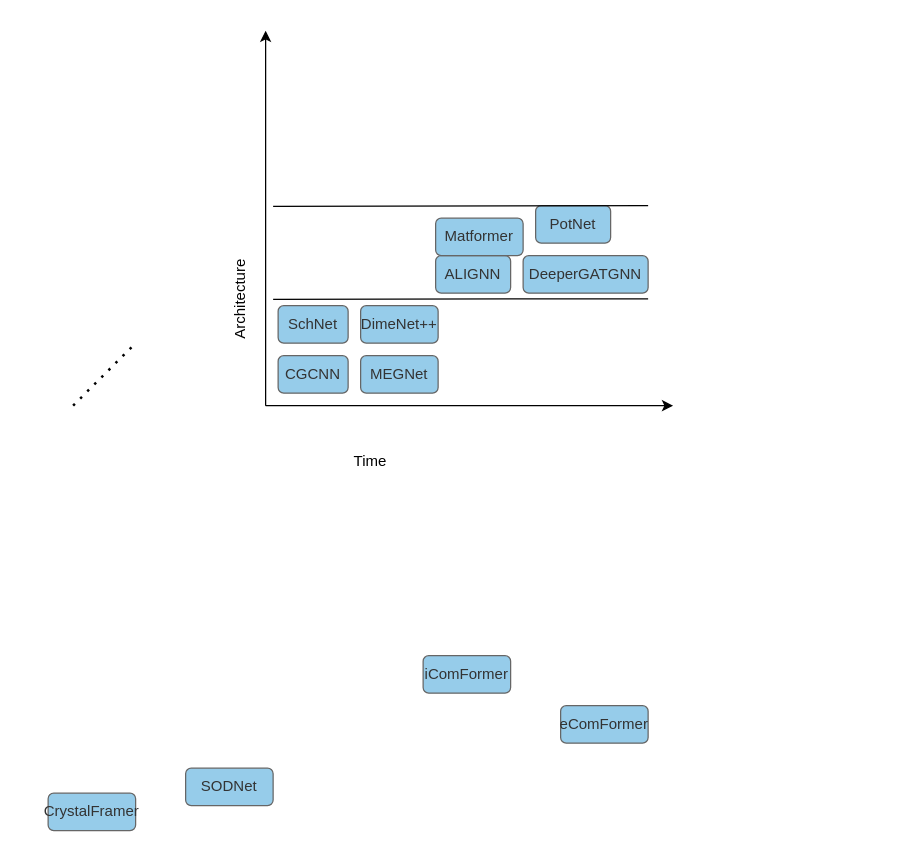
This is draw.io/MatUQ-frame.drawio from tetean/image-host, a draw.io file, before an edit. Source tidied: cells renumbered, new cells numbered last; positions are measured from the earlier drawing's top-left corner, leaving out a move shared by most shapes. Both pictures are drawn from the tidied source at 125%, with x=0, y=0 at pixel (48, 30).
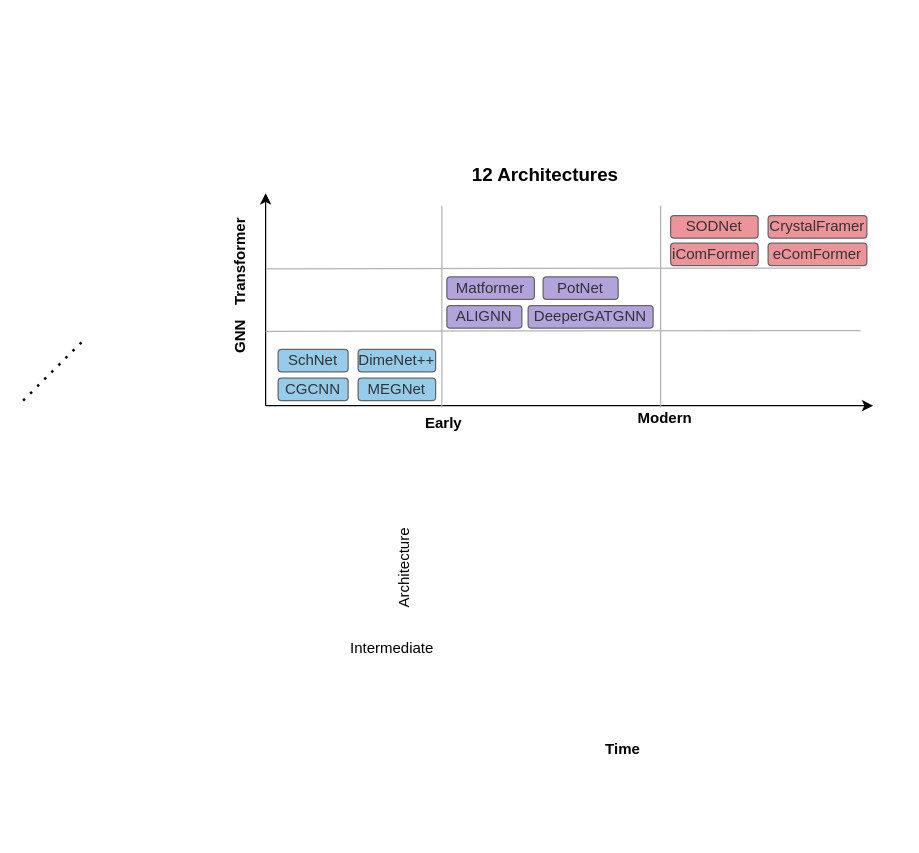
After the change.

What changed in the source:
```diff
@@
     <mxCell id="2" style="endArrow=classic;html=1;rounded=0;" parent="1" edge="1">
       <mxGeometry relative="1" as="geometry">
         <mxPoint x="174" y="300" as="sourcePoint" />
-        <mxPoint x="500" y="300" as="targetPoint" />
+        <mxPoint x="660" y="300" as="targetPoint" />
       </mxGeometry>
     </mxCell>
     <mxCell id="3" style="endArrow=classic;html=1;rounded=0;" parent="1" edge="1">
       <mxGeometry relative="1" as="geometry">
         <mxPoint x="174" y="300" as="sourcePoint" />
-        <mxPoint x="174" as="targetPoint" />
+        <mxPoint x="174" y="130" as="targetPoint" />
       </mxGeometry>
     </mxCell>
     <mxCell id="4" style="endArrow=none;dashed=1;html=1;dashPattern=1 3;strokeWidth=2;rounded=0;" parent="1" edge="1">
       <mxGeometry relative="1" as="geometry">
-        <mxPoint x="20" y="300" as="sourcePoint" />
-        <mxPoint x="70" y="250" as="targetPoint" />
+        <mxPoint x="-20" y="296" as="sourcePoint" />
+        <mxPoint x="30" y="246" as="targetPoint" />
       </mxGeometry>
     </mxCell>
     <mxCell id="5" value="&lt;span style=&quot;&quot;&gt;CGCNN&lt;/span&gt;" style="rounded=1;whiteSpace=wrap;html=1;rotation=0;labelBackgroundColor=none;fillColor=#96CCEA;fontColor=#333333;strokeColor=#666666;" parent="1" vertex="1">
-      <mxGeometry x="184" y="260" width="56" height="30" as="geometry" />
+      <mxGeometry x="184" y="278" width="56" height="18" as="geometry" />
     </mxCell>
-    <mxCell id="6" value="Time" style="text;html=1;whiteSpace=wrap;strokeColor=none;fillColor=none;align=center;verticalAlign=middle;rounded=0;" parent="1" vertex="1">
-      <mxGeometry x="228" y="330" width="60" height="30" as="geometry" />
+    <mxCell id="6" value="&lt;b&gt;Time&lt;/b&gt;" style="text;html=1;whiteSpace=wrap;strokeColor=none;fillColor=none;align=center;verticalAlign=middle;rounded=0;" parent="1" vertex="1">
+      <mxGeometry x="430" y="560" width="60" height="30" as="geometry" />
     </mxCell>
-    <mxCell id="7" value="Architecture" style="text;html=1;whiteSpace=wrap;strokeColor=none;fillColor=none;align=center;verticalAlign=middle;rounded=0;rotation=-90;" parent="1" vertex="1">
-      <mxGeometry x="114" y="200" width="80" height="30" as="geometry" />
+    <mxCell id="7" value="&lt;b&gt;&lt;font style=&quot;font-size: 15px;&quot;&gt;12 Architectures&amp;nbsp;&lt;/font&gt;&lt;/b&gt;" style="text;html=1;whiteSpace=wrap;strokeColor=none;fillColor=none;align=center;verticalAlign=middle;rounded=0;rotation=0;" parent="1" vertex="1">
+      <mxGeometry x="120" y="100" width="560" height="30" as="geometry" />
     </mxCell>
     <mxCell id="8" value="&lt;span style=&quot;&quot;&gt;SchNet&lt;/span&gt;" style="rounded=1;whiteSpace=wrap;html=1;rotation=0;labelBackgroundColor=none;fillColor=#96CCEA;fontColor=#333333;strokeColor=#666666;" parent="1" vertex="1">
-      <mxGeometry x="184" y="220" width="56" height="30" as="geometry" />
+      <mxGeometry x="184" y="255" width="56" height="18" as="geometry" />
     </mxCell>
     <mxCell id="9" value="&lt;span style=&quot;&quot;&gt;MEGNet&lt;/span&gt;" style="rounded=1;whiteSpace=wrap;html=1;rotation=0;labelBackgroundColor=none;fillColor=#96CCEA;fontColor=#333333;strokeColor=#666666;" parent="1" vertex="1">
-      <mxGeometry x="250" y="260" width="62" height="30" as="geometry" />
+      <mxGeometry x="248" y="278" width="62" height="18" as="geometry" />
     </mxCell>
-    <mxCell id="10" value="ALIGNN" style="rounded=1;whiteSpace=wrap;html=1;rotation=0;labelBackgroundColor=none;fillColor=#96CCEA;fontColor=#333333;strokeColor=#666666;" parent="1" vertex="1">
-      <mxGeometry x="310" y="180" width="60" height="30" as="geometry" />
+    <mxCell id="10" value="ALIGNN" style="rounded=1;whiteSpace=wrap;html=1;rotation=0;labelBackgroundColor=none;fillColor=#B2A3DD;fontColor=#333333;strokeColor=#666666;" parent="1" vertex="1">
+      <mxGeometry x="319" y="220" width="60" height="18" as="geometry" />
     </mxCell>
-    <mxCell id="11" value="PotNet" style="rounded=1;whiteSpace=wrap;html=1;rotation=0;labelBackgroundColor=none;fillColor=#96CCEA;fontColor=#333333;strokeColor=#666666;" parent="1" vertex="1">
-      <mxGeometry x="390" y="140" width="60" height="30" as="geometry" />
+    <mxCell id="11" value="PotNet" style="rounded=1;whiteSpace=wrap;html=1;rotation=0;labelBackgroundColor=none;fillColor=#B2A3DD;fontColor=#333333;strokeColor=#666666;" parent="1" vertex="1">
+      <mxGeometry x="396" y="197" width="60" height="18" as="geometry" />
     </mxCell>
-    <mxCell id="12" value="iComFormer" style="rounded=1;whiteSpace=wrap;html=1;rotation=0;labelBackgroundColor=none;fillColor=#96CCEA;fontColor=#333333;strokeColor=#666666;" parent="1" vertex="1">
-      <mxGeometry x="300" y="500" width="70" height="30" as="geometry" />
+    <mxCell id="12" value="iComFormer" style="rounded=1;whiteSpace=wrap;html=1;rotation=0;labelBackgroundColor=none;fillColor=#ED949A;fontColor=#333333;strokeColor=#666666;" parent="1" vertex="1">
+      <mxGeometry x="498" y="170" width="70" height="18" as="geometry" />
     </mxCell>
-    <mxCell id="13" value="eComFormer" style="rounded=1;whiteSpace=wrap;html=1;rotation=0;labelBackgroundColor=none;fillColor=#96CCEA;fontColor=#333333;strokeColor=#666666;" parent="1" vertex="1">
-      <mxGeometry x="410" y="540" width="70" height="30" as="geometry" />
+    <mxCell id="13" value="eComFormer" style="rounded=1;whiteSpace=wrap;html=1;rotation=0;labelBackgroundColor=none;fillColor=#ED949A;fontColor=#333333;strokeColor=#666666;" parent="1" vertex="1">
+      <mxGeometry x="576" y="170" width="79" height="18" as="geometry" />
     </mxCell>
-    <mxCell id="14" value="DeeperGATGNN" style="rounded=1;whiteSpace=wrap;html=1;rotation=0;labelBackgroundColor=none;fillColor=#96CCEA;fontColor=#333333;strokeColor=#666666;" parent="1" vertex="1">
-      <mxGeometry x="380" y="180" width="100" height="30" as="geometry" />
+    <mxCell id="14" value="DeeperGATGNN" style="rounded=1;whiteSpace=wrap;html=1;rotation=0;labelBackgroundColor=none;fillColor=#B2A3DD;fontColor=#333333;strokeColor=#666666;" parent="1" vertex="1">
+      <mxGeometry x="384" y="220" width="100" height="18" as="geometry" />
     </mxCell>
-    <mxCell id="15" value="Matformer" style="rounded=1;whiteSpace=wrap;html=1;rotation=0;labelBackgroundColor=none;fillColor=#96CCEA;fontColor=#333333;strokeColor=#666666;" parent="1" vertex="1">
-      <mxGeometry x="310" y="150" width="70" height="30" as="geometry" />
+    <mxCell id="15" value="Matformer" style="rounded=1;whiteSpace=wrap;html=1;rotation=0;labelBackgroundColor=none;fillColor=#B2A3DD;fontColor=#333333;strokeColor=#666666;" parent="1" vertex="1">
+      <mxGeometry x="319" y="197" width="70" height="18" as="geometry" />
     </mxCell>
-    <mxCell id="16" value="SODNet" style="rounded=1;whiteSpace=wrap;html=1;rotation=0;labelBackgroundColor=none;fillColor=#96CCEA;fontColor=#333333;strokeColor=#666666;" parent="1" vertex="1">
-      <mxGeometry x="110" y="590" width="70" height="30" as="geometry" />
+    <mxCell id="16" value="SODNet" style="rounded=1;whiteSpace=wrap;html=1;rotation=0;labelBackgroundColor=none;fillColor=#ED949A;fontColor=#333333;strokeColor=#666666;" parent="1" vertex="1">
+      <mxGeometry x="498" y="148" width="70" height="18" as="geometry" />
     </mxCell>
-    <mxCell id="17" value="CrystalFramer" style="rounded=1;whiteSpace=wrap;html=1;rotation=0;labelBackgroundColor=none;fillColor=#96CCEA;fontColor=#333333;strokeColor=#666666;" parent="1" vertex="1">
-      <mxGeometry y="610" width="70" height="30" as="geometry" />
+    <mxCell id="17" value="CrystalFramer" style="rounded=1;whiteSpace=wrap;html=1;rotation=0;labelBackgroundColor=none;fillColor=#ED949A;fontColor=#333333;strokeColor=#666666;" parent="1" vertex="1">
+      <mxGeometry x="576" y="148" width="79" height="18" as="geometry" />
     </mxCell>
-    <mxCell id="18" style="endArrow=none;html=1;rounded=0;" parent="1" edge="1">
+    <mxCell id="18" style="endArrow=none;html=1;rounded=0;strokeColor=light-dark(#B3B3B3,#B3B3B3);" parent="1" edge="1">
       <mxGeometry relative="1" as="geometry">
-        <mxPoint x="180" y="215" as="sourcePoint" />
-        <mxPoint x="480" y="214.5" as="targetPoint" />
+        <mxPoint x="174" y="240.5" as="sourcePoint" />
+        <mxPoint x="650" y="240" as="targetPoint" />
       </mxGeometry>
     </mxCell>
     <mxCell id="19" value="DimeNet++" style="rounded=1;whiteSpace=wrap;html=1;rotation=0;labelBackgroundColor=none;fillColor=#96CCEA;fontColor=#333333;strokeColor=#666666;" parent="1" vertex="1">
-      <mxGeometry x="250" y="220" width="62" height="30" as="geometry" />
+      <mxGeometry x="248" y="255" width="62" height="18" as="geometry" />
     </mxCell>
-    <mxCell id="20" style="endArrow=none;html=1;rounded=0;" parent="1" edge="1">
-      <mxGeometry relative="1" as="geometry">
-        <mxPoint x="180" y="140.5" as="sourcePoint" />
-        <mxPoint x="480" y="140" as="targetPoint" />
-      </mxGeometry>
-    </mxCell>
+    <mxCell id="21" style="endArrow=none;html=1;rounded=0;strokeColor=#B3B3B3;" parent="1" edge="1">
+      <mxGeometry relative="1" as="geometry">
+        <mxPoint x="175" y="190.5" as="sourcePoint" />
+        <mxPoint x="650" y="190" as="targetPoint" />
+      </mxGeometry>
+    </mxCell>
+    <mxCell id="22" style="endArrow=none;html=1;rounded=0;fillColor=#f5f5f5;strokeColor=light-dark(#B3B3B3,#B3B3B3);" parent="1" edge="1">
+      <mxGeometry relative="1" as="geometry">
+        <mxPoint x="315" y="301.5" as="sourcePoint" />
+        <mxPoint x="315" y="140" as="targetPoint" />
+      </mxGeometry>
+    </mxCell>
+    <mxCell id="23" style="endArrow=none;html=1;rounded=0;strokeColor=light-dark(#B3B3B3,#B3B3B3);" parent="1" edge="1">
+      <mxGeometry relative="1" as="geometry">
+        <mxPoint x="490" y="301.5" as="sourcePoint" />
+        <mxPoint x="490" y="140" as="targetPoint" />
+      </mxGeometry>
+    </mxCell>
+    <mxCell id="24" value="&lt;span style=&quot;color: rgb(0, 0, 0); font-family: Helvetica; font-size: 12px; font-style: normal; font-variant-ligatures: normal; font-variant-caps: normal; letter-spacing: normal; orphans: 2; text-align: center; text-indent: 0px; text-transform: none; widows: 2; word-spacing: 0px; -webkit-text-stroke-width: 0px; white-space: normal; text-decoration-thickness: initial; text-decoration-style: initial; text-decoration-color: initial; float: none; display: inline !important;&quot;&gt;&lt;b&gt;Early&lt;/b&gt;&lt;/span&gt;" style="text;whiteSpace=wrap;html=1;" parent="1" vertex="1">
+      <mxGeometry x="300" y="300" width="60" height="40" as="geometry" />
+    </mxCell>
+    <mxCell id="25" value="&lt;span style=&quot;color: rgb(0, 0, 0); font-family: Helvetica; font-size: 12px; font-style: normal; font-variant-ligatures: normal; font-variant-caps: normal; font-weight: 400; letter-spacing: normal; orphans: 2; text-align: center; text-indent: 0px; text-transform: none; widows: 2; word-spacing: 0px; -webkit-text-stroke-width: 0px; white-space: normal; text-decoration-thickness: initial; text-decoration-style: initial; text-decoration-color: initial; float: none; display: inline !important;&quot;&gt;Intermediate&lt;/span&gt;" style="text;whiteSpace=wrap;html=1;" parent="1" vertex="1">
+      <mxGeometry x="240" y="480" width="60" height="40" as="geometry" />
+    </mxCell>
+    <mxCell id="26" value="&lt;b&gt;GNN&lt;/b&gt;" style="text;html=1;whiteSpace=wrap;strokeColor=none;fillColor=none;align=center;verticalAlign=middle;rounded=0;rotation=-90;" parent="1" vertex="1">
+      <mxGeometry x="114" y="230" width="80" height="30" as="geometry" />
+    </mxCell>
+    <mxCell id="27" value="&lt;b&gt;Transformer&lt;/b&gt;" style="text;html=1;whiteSpace=wrap;strokeColor=none;fillColor=none;align=center;verticalAlign=middle;rounded=0;rotation=-90;" parent="1" vertex="1">
+      <mxGeometry x="114" y="170" width="80" height="30" as="geometry" />
+    </mxCell>
+    <mxCell id="28" value="Architecture" style="text;html=1;whiteSpace=wrap;strokeColor=none;fillColor=none;align=center;verticalAlign=middle;rounded=0;rotation=-90;" parent="1" vertex="1">
+      <mxGeometry x="245" y="415" width="80" height="30" as="geometry" />
+    </mxCell>
+    <mxCell id="29" value="&lt;span style=&quot;color: rgb(0, 0, 0); font-family: Helvetica; font-size: 12px; font-style: normal; font-variant-ligatures: normal; font-variant-caps: normal; letter-spacing: normal; orphans: 2; text-align: center; text-indent: 0px; text-transform: none; widows: 2; word-spacing: 0px; -webkit-text-stroke-width: 0px; white-space: normal; text-decoration-thickness: initial; text-decoration-style: initial; text-decoration-color: initial; float: none; display: inline !important;&quot;&gt;&lt;b&gt;Modern&lt;/b&gt;&lt;/span&gt;" style="text;whiteSpace=wrap;html=1;" parent="1" vertex="1">
+      <mxGeometry x="470" y="296" width="60" height="30" as="geometry" />
+    </mxCell>
```
